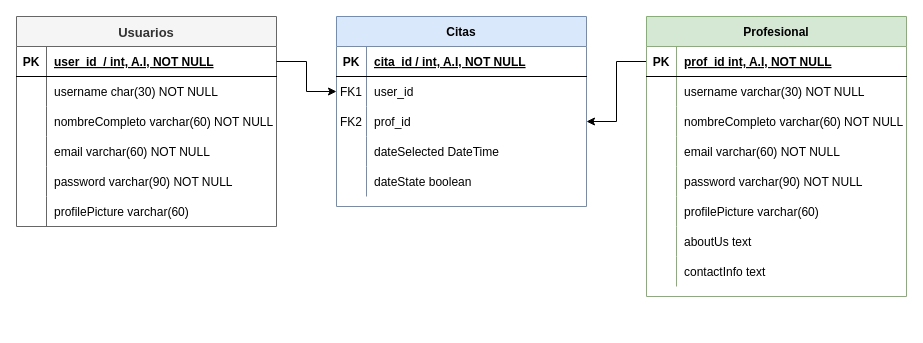
Eat-Fit/ERM-DB keeps this draw.io diagram as Untitled Diagram.drawio. Above is the earlier version. Source tidied: cells renumbered, new cells numbered last; positions are measured from the earlier drawing's top-left corner, leaving out a move shared by most shapes. Both pictures are drawn from the tidied source at 100%, with x=0, y=0 at pixel (16, 16).
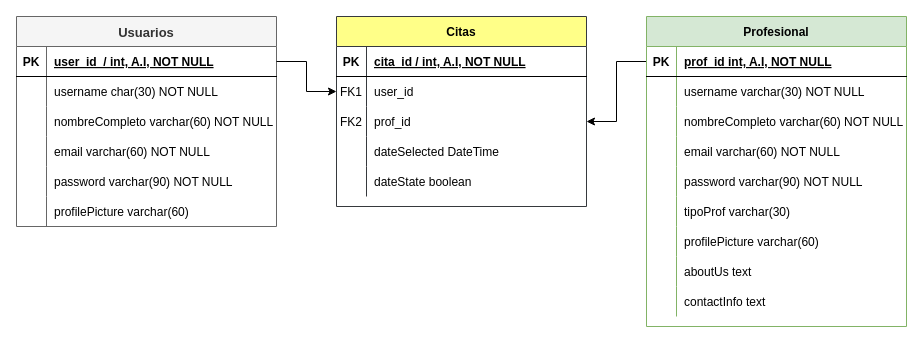
Above is the later version.

The edit, as a diff of the source:
```diff
@@
     <mxCell id="23" value="Profesional" style="shape=table;startSize=30;childLayout=tableLayout;rowLines=0;fontStyle=1;align=center;fillColor=#d5e8d4;strokeColor=#82b366;" parent="1" vertex="1">
-      <mxGeometry x="630" width="260" height="280" as="geometry" />
+      <mxGeometry x="630" width="260" height="310" as="geometry" />
     </mxCell>
@@
+    <mxCell id="64" style="shape=partialRectangle;fillColor=none;top=0;left=0;right=0;bottom=0;" parent="23" vertex="1">
+      <mxGeometry y="180" width="260" height="30" as="geometry" />
+    </mxCell>
+    <mxCell id="65" style="shape=partialRectangle;overflow=hidden;fillColor=none;top=0;left=0;bottom=0;right=0;" parent="64" vertex="1">
+      <mxGeometry width="30" height="30" as="geometry" />
+    </mxCell>
+    <mxCell id="66" value="tipoProf varchar(30)" style="shape=partialRectangle;overflow=hidden;fillColor=none;top=0;left=0;bottom=0;right=0;align=left;spacingLeft=6;" parent="64" vertex="1">
+      <mxGeometry x="30" width="230" height="30" as="geometry" />
+    </mxCell>
     <mxCell id="39" style="shape=partialRectangle;fillColor=none;top=0;left=0;right=0;bottom=0;" parent="23" vertex="1">
-      <mxGeometry y="180" width="260" height="30" as="geometry" />
+      <mxGeometry y="210" width="260" height="30" as="geometry" />
     </mxCell>
@@
     <mxCell id="42" style="shape=partialRectangle;fillColor=none;top=0;left=0;right=0;bottom=0;" parent="23" vertex="1">
-      <mxGeometry y="210" width="260" height="30" as="geometry" />
+      <mxGeometry y="240" width="260" height="30" as="geometry" />
     </mxCell>
@@
     <mxCell id="45" style="shape=partialRectangle;fillColor=none;top=0;left=0;right=0;bottom=0;" parent="23" vertex="1">
-      <mxGeometry y="240" width="260" height="30" as="geometry" />
+      <mxGeometry y="270" width="260" height="30" as="geometry" />
     </mxCell>
@@
-    <mxCell id="48" value="Citas" style="shape=table;startSize=30;childLayout=tableLayout;rowLines=0;fontStyle=1;align=center;fillColor=#dae8fc;strokeColor=#6c8ebf;" parent="1" vertex="1">
+    <mxCell id="48" value="Citas" style="shape=table;startSize=30;childLayout=tableLayout;rowLines=0;fontStyle=1;align=center;fillColor=#ffff88;strokeColor=#36393d;" parent="1" vertex="1">
       <mxGeometry x="320" width="250" height="190" as="geometry" />
     </mxCell>
```
